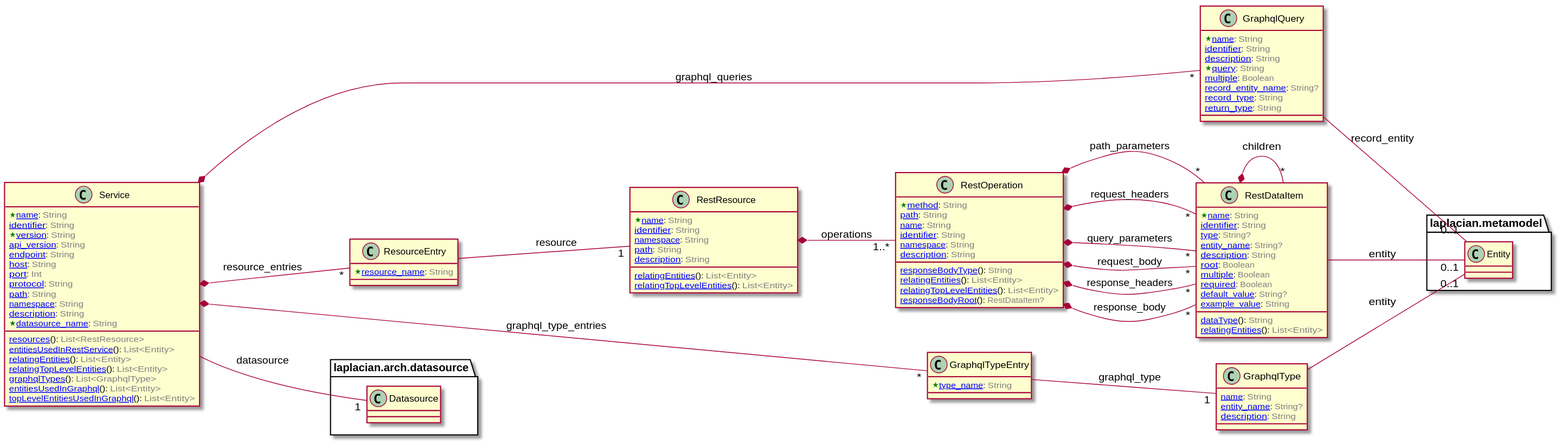
The PlantUML diagram doc/image/model-diagram.svg in laplacian-arch/api-service.domain-model, before a commit.
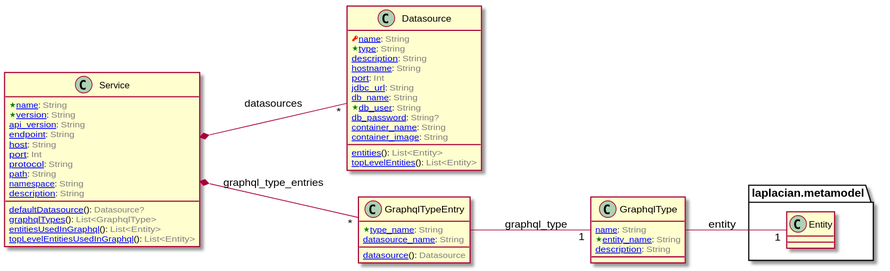
After the commit.

Change to the diagram source:
```diff
@@ -2,35 +2,9 @@
 left to right direction
 
 
-class GraphqlQuery [[/blob/master/doc/entities/GraphqlQuery.md]] {
-  <color:Green><&star></color>[[/blob/master/doc/entities/GraphqlQuery.md#name-string name]]: <color:GRAY>String</color>
-  [[/blob/master/doc/entities/GraphqlQuery.md#identifier-string identifier]]: <color:GRAY>String</color>
-  [[/blob/master/doc/entities/GraphqlQuery.md#description-string description]]: <color:GRAY>String</color>
-  <color:Green><&star></color>[[/blob/master/doc/entities/GraphqlQuery.md#query-string query]]: <color:GRAY>String</color>
-  [[/blob/master/doc/entities/GraphqlQuery.md#multiple-boolean multiple]]: <color:GRAY>Boolean</color>
-  [[/blob/master/doc/entities/GraphqlQuery.md#record_entity_name-string record_entity_name]]: <color:GRAY>String?</color>
-  [[/blob/master/doc/entities/GraphqlQuery.md#record_type-string record_type]]: <color:GRAY>String</color>
-  [[/blob/master/doc/entities/GraphqlQuery.md#return_type-string return_type]]: <color:GRAY>String</color>
-}
-
-
-
-
-
-package laplacian.metamodel {
-  class Entity {
-  }
-}
-
-
-GraphqlQuery -- "0..1" Entity : record_entity
-
-
-
-
 class GraphqlType [[/blob/master/doc/entities/GraphqlType.md]] {
   [[/blob/master/doc/entities/GraphqlType.md#name-string name]]: <color:GRAY>String</color>
-  [[/blob/master/doc/entities/GraphqlType.md#entity_name-string entity_name]]: <color:GRAY>String?</color>
+  <color:Green><&star></color>[[/blob/master/doc/entities/GraphqlType.md#entity_name-string entity_name]]: <color:GRAY>String</color>
   [[/blob/master/doc/entities/GraphqlType.md#description-string description]]: <color:GRAY>String</color>
 }
 
@@ -44,129 +18,13 @@
 }
 
 
-GraphqlType -- "0..1" Entity : entity
-
-
-
-
-class RestDataItem [[/blob/master/doc/entities/RestDataItem.md]] {
-  <color:Green><&star></color>[[/blob/master/doc/entities/RestDataItem.md#name-string name]]: <color:GRAY>String</color>
-  [[/blob/master/doc/entities/RestDataItem.md#identifier-string identifier]]: <color:GRAY>String</color>
-  [[/blob/master/doc/entities/RestDataItem.md#type-string type]]: <color:GRAY>String?</color>
-  [[/blob/master/doc/entities/RestDataItem.md#data_type-string dataType]](): <color:GRAY>String</color>
-  [[/blob/master/doc/entities/RestDataItem.md#entity_name-string entity_name]]: <color:GRAY>String?</color>
-  [[/blob/master/doc/entities/RestDataItem.md#description-string description]]: <color:GRAY>String</color>
-  [[/blob/master/doc/entities/RestDataItem.md#root-boolean root]]: <color:GRAY>Boolean</color>
-  [[/blob/master/doc/entities/RestDataItem.md#multiple-boolean multiple]]: <color:GRAY>Boolean</color>
-  [[/blob/master/doc/entities/RestDataItem.md#required-boolean required]]: <color:GRAY>Boolean</color>
-  [[/blob/master/doc/entities/RestDataItem.md#default_value-string default_value]]: <color:GRAY>String?</color>
-  [[/blob/master/doc/entities/RestDataItem.md#example_value-string example_value]]: <color:GRAY>String</color>
-  [[/blob/master/doc/entities/RestDataItem.md#relating_entities-listEntity relatingEntities]](): <color:GRAY>List<Entity></color>
-}
-
-
-
-
-
-
-RestDataItem *-- "*" RestDataItem : children
-
-
-
-
-
-package laplacian.metamodel {
-  class Entity {
-  }
-}
-
-
-RestDataItem -- "0..1" Entity : entity
-
-
-
-
-class RestOperation [[/blob/master/doc/entities/RestOperation.md]] {
-  <color:Green><&star></color>[[/blob/master/doc/entities/RestOperation.md#method-string method]]: <color:GRAY>String</color>
-  [[/blob/master/doc/entities/RestOperation.md#path-string path]]: <color:GRAY>String</color>
-  [[/blob/master/doc/entities/RestOperation.md#name-string name]]: <color:GRAY>String</color>
-  [[/blob/master/doc/entities/RestOperation.md#identifier-string identifier]]: <color:GRAY>String</color>
-  [[/blob/master/doc/entities/RestOperation.md#namespace-string namespace]]: <color:GRAY>String</color>
-  [[/blob/master/doc/entities/RestOperation.md#description-string description]]: <color:GRAY>String</color>
-  [[/blob/master/doc/entities/RestOperation.md#response_body_type-string responseBodyType]](): <color:GRAY>String</color>
-  [[/blob/master/doc/entities/RestOperation.md#relating_entities-listEntity relatingEntities]](): <color:GRAY>List<Entity></color>
-  [[/blob/master/doc/entities/RestOperation.md#relating_top_level_entities-listEntity relatingTopLevelEntities]](): <color:GRAY>List<Entity></color>
-  [[/blob/master/doc/entities/RestOperation.md#response_body_root-restDataItem responseBodyRoot]](): <color:GRAY>RestDataItem?</color>
-}
-
-
-
-
-
-
-RestOperation *-- "*" RestDataItem : path_parameters
-
-
-
-
-
-
-RestOperation *-- "*" RestDataItem : request_headers
-
-
-
-
-
-
-RestOperation *-- "*" RestDataItem : query_parameters
-
-
-
-
-
-
-RestOperation *-- "*" RestDataItem : request_body
-
-
-
-
-
-
-RestOperation *-- "*" RestDataItem : response_headers
-
-
-
-
-
-
-RestOperation *-- "*" RestDataItem : response_body
-
-
-
-
-class RestResource [[/blob/master/doc/entities/RestResource.md]] {
-  <color:Green><&star></color>[[/blob/master/doc/entities/RestResource.md#name-string name]]: <color:GRAY>String</color>
-  [[/blob/master/doc/entities/RestResource.md#identifier-string identifier]]: <color:GRAY>String</color>
-  [[/blob/master/doc/entities/RestResource.md#namespace-string namespace]]: <color:GRAY>String</color>
-  [[/blob/master/doc/entities/RestResource.md#path-string path]]: <color:GRAY>String</color>
-  [[/blob/master/doc/entities/RestResource.md#description-string description]]: <color:GRAY>String</color>
-  [[/blob/master/doc/entities/RestResource.md#relating_entities-listEntity relatingEntities]](): <color:GRAY>List<Entity></color>
-  [[/blob/master/doc/entities/RestResource.md#relating_top_level_entities-listEntity relatingTopLevelEntities]](): <color:GRAY>List<Entity></color>
-}
-
-
-
-
-
-
-RestResource *-- "1..*" RestOperation : operations
+GraphqlType -- "1" Entity : entity
 
 
 
 
 class Service [[/blob/master/doc/entities/Service.md]] {
   <color:Green><&star></color>[[/blob/master/doc/entities/Service.md#name-string name]]: <color:GRAY>String</color>
-  [[/blob/master/doc/entities/Service.md#identifier-string identifier]]: <color:GRAY>String</color>
   <color:Green><&star></color>[[/blob/master/doc/entities/Service.md#version-string version]]: <color:GRAY>String</color>
   [[/blob/master/doc/entities/Service.md#api_version-string api_version]]: <color:GRAY>String</color>
   [[/blob/master/doc/entities/Service.md#endpoint-string endpoint]]: <color:GRAY>String</color>
@@ -176,11 +34,7 @@
   [[/blob/master/doc/entities/Service.md#path-string path]]: <color:GRAY>String</color>
   [[/blob/master/doc/entities/Service.md#namespace-string namespace]]: <color:GRAY>String</color>
   [[/blob/master/doc/entities/Service.md#description-string description]]: <color:GRAY>String</color>
-  <color:Green><&star></color>[[/blob/master/doc/entities/Service.md#datasource_name-string datasource_name]]: <color:GRAY>String</color>
-  [[/blob/master/doc/entities/Service.md#resources-listRestResource resources]](): <color:GRAY>List<RestResource></color>
-  [[/blob/master/doc/entities/Service.md#entities_used_in_rest_service-listEntity entitiesUsedInRestService]](): <color:GRAY>List<Entity></color>
-  [[/blob/master/doc/entities/Service.md#relating_entities-listEntity relatingEntities]](): <color:GRAY>List<Entity></color>
-  [[/blob/master/doc/entities/Service.md#relating_top_level_entities-listEntity relatingTopLevelEntities]](): <color:GRAY>List<Entity></color>
+  [[/blob/master/doc/entities/Service.md#default_datasource-datasource defaultDatasource]](): <color:GRAY>Datasource?</color>
   [[/blob/master/doc/entities/Service.md#graphql_types-listGraphqlType graphqlTypes]](): <color:GRAY>List<GraphqlType></color>
   [[/blob/master/doc/entities/Service.md#entities_used_in_graphql-listEntity entitiesUsedInGraphql]](): <color:GRAY>List<Entity></color>
   [[/blob/master/doc/entities/Service.md#top_level_entities_used_in_graphql-listEntity topLevelEntitiesUsedInGraphql]](): <color:GRAY>List<Entity></color>
@@ -191,26 +45,7 @@
 
 
 
-Service *-- "*" ResourceEntry : resource_entries
-
-
-
-
-
-package laplacian.arch.datasource {
-  class Datasource {
-  }
-}
-
-
-Service -- "1" Datasource : datasource
-
-
-
-
-
-
-Service *-- "*" GraphqlQuery : graphql_queries
+Service *-- "*" Datasource : datasources
 
 
 
@@ -222,8 +57,29 @@
 
 
 
+class Datasource [[/blob/master/doc/entities/Datasource.md]] {
+  <color:RED><&key></color>[[/blob/master/doc/entities/Datasource.md#name-string name]]: <color:GRAY>String</color>
+  <color:Green><&star></color>[[/blob/master/doc/entities/Datasource.md#type-string type]]: <color:GRAY>String</color>
+  [[/blob/master/doc/entities/Datasource.md#description-string description]]: <color:GRAY>String</color>
+  [[/blob/master/doc/entities/Datasource.md#hostname-string hostname]]: <color:GRAY>String</color>
+  [[/blob/master/doc/entities/Datasource.md#port-int port]]: <color:GRAY>Int</color>
+  [[/blob/master/doc/entities/Datasource.md#jdbc_url-string jdbc_url]]: <color:GRAY>String</color>
+  [[/blob/master/doc/entities/Datasource.md#db_name-string db_name]]: <color:GRAY>String</color>
+  <color:Green><&star></color>[[/blob/master/doc/entities/Datasource.md#db_user-string db_user]]: <color:GRAY>String</color>
+  [[/blob/master/doc/entities/Datasource.md#db_password-string db_password]]: <color:GRAY>String?</color>
+  [[/blob/master/doc/entities/Datasource.md#container_name-string container_name]]: <color:GRAY>String</color>
+  [[/blob/master/doc/entities/Datasource.md#container_image-string container_image]]: <color:GRAY>String</color>
+  [[/blob/master/doc/entities/Datasource.md#entities-listEntity entities]](): <color:GRAY>List<Entity></color>
+  [[/blob/master/doc/entities/Datasource.md#top_level_entities-listEntity topLevelEntities]](): <color:GRAY>List<Entity></color>
+}
+
+
+
+
 class GraphqlTypeEntry [[/blob/master/doc/entities/GraphqlTypeEntry.md]] {
   <color:Green><&star></color>[[/blob/master/doc/entities/GraphqlTypeEntry.md#type_name-string type_name]]: <color:GRAY>String</color>
+  [[/blob/master/doc/entities/GraphqlTypeEntry.md#datasource_name-string datasource_name]]: <color:GRAY>String</color>
+  [[/blob/master/doc/entities/GraphqlTypeEntry.md#datasource-datasource datasource]](): <color:GRAY>Datasource</color>
 }
 
 
@@ -235,18 +91,4 @@
 
 
 
-
-class ResourceEntry [[/blob/master/doc/entities/ResourceEntry.md]] {
-  <color:Green><&star></color>[[/blob/master/doc/entities/ResourceEntry.md#resource_name-string resource_name]]: <color:GRAY>String</color>
-}
-
-
-
-
-
-
-ResourceEntry -- "1" RestResource : resource
-
-
-
 @enduml
```
